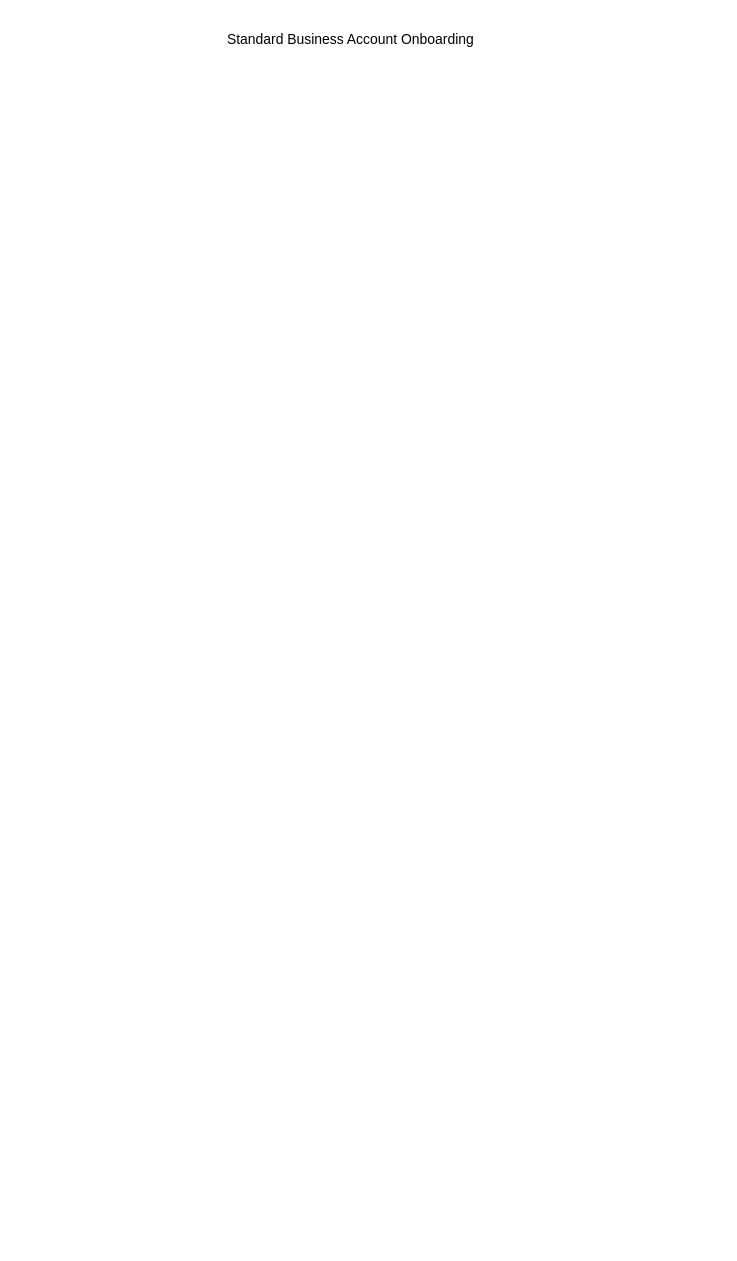
The draw.io diagram page "Page-2" (2 of 2) of flow-charts/paypal-merchant-onboarding.drawio in rajneeshpatel07/payal-payments, before the edit. Source tidied: cells renumbered, new cells numbered last; positions are measured from the earlier drawing's top-left corner, leaving out a move shared by most shapes. Both pictures are drawn from the tidied source at 116%, with x=0, y=0 at pixel (205, 22).
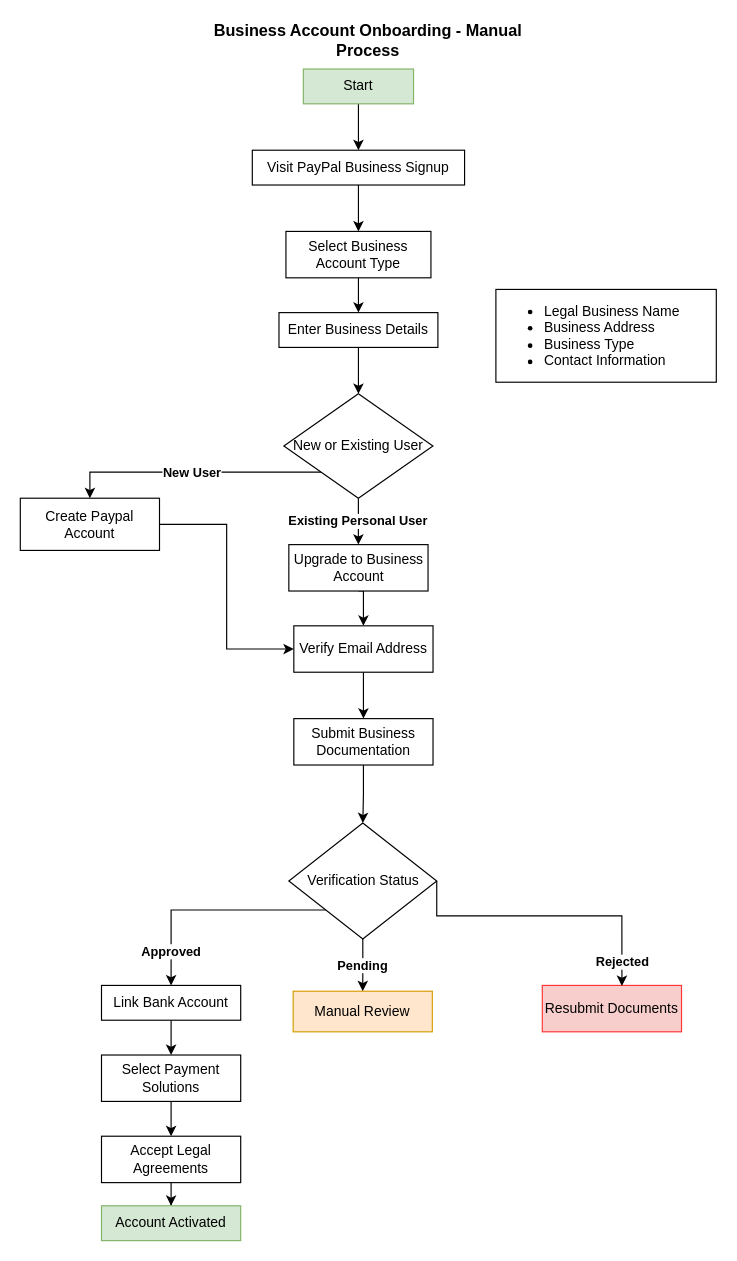
Above is the later version.

What changed in the source:
```diff
@@
-    <mxCell id="2" value="Standard Business Account Onboarding" style="text;html=1;align=center;verticalAlign=middle;whiteSpace=wrap;rounded=0;" parent="1" vertex="1">
-      <mxGeometry width="250" height="30" as="geometry" />
+    <mxCell id="2" value="Business Account Onboarding - Manual Process" style="text;html=1;align=center;verticalAlign=middle;whiteSpace=wrap;rounded=0;fontSize=14;fontStyle=1;" parent="1" vertex="1">
+      <mxGeometry width="280" height="30" as="geometry" />
     </mxCell>
+    <mxCell id="3" style="edgeStyle=orthogonalEdgeStyle;rounded=0;jettySize=auto;html=1;exitX=0.5;exitY=1;exitDx=0;exitDy=0;entryX=0.5;entryY=0;entryDx=0;entryDy=0;" parent="1" edge="1" source="4" target="6">
+      <mxGeometry relative="1" as="geometry" />
+    </mxCell>
+    <mxCell id="4" value="Start" style="rounded=0;whiteSpace=wrap;html=1;fillColor=#d5e8d4;strokeColor=#82b366;" parent="1" vertex="1">
+      <mxGeometry x="84" y="40" width="95" height="30" as="geometry" />
+    </mxCell>
+    <mxCell id="5" style="edgeStyle=orthogonalEdgeStyle;rounded=0;jettySize=auto;html=1;exitX=0.5;exitY=1;exitDx=0;exitDy=0;" parent="1" edge="1" source="6" target="8">
+      <mxGeometry relative="1" as="geometry" />
+    </mxCell>
+    <mxCell id="6" value="Visit PayPal Business Signup" style="rounded=0;whiteSpace=wrap;html=1;" parent="1" vertex="1">
+      <mxGeometry x="40" y="110" width="183" height="30" as="geometry" />
+    </mxCell>
+    <mxCell id="7" style="edgeStyle=orthogonalEdgeStyle;rounded=0;jettySize=auto;html=1;exitX=0.5;exitY=1;exitDx=0;exitDy=0;entryX=0.5;entryY=0;entryDx=0;entryDy=0;" parent="1" edge="1" source="8" target="10">
+      <mxGeometry relative="1" as="geometry" />
+    </mxCell>
+    <mxCell id="8" value="Select Business Account Type" style="rounded=0;whiteSpace=wrap;html=1;" parent="1" vertex="1">
+      <mxGeometry x="69" y="180" width="125" height="40" as="geometry" />
+    </mxCell>
+    <mxCell id="9" style="edgeStyle=orthogonalEdgeStyle;rounded=0;jettySize=auto;html=1;exitX=0.5;exitY=1;exitDx=0;exitDy=0;" parent="1" edge="1" source="10" target="14">
+      <mxGeometry relative="1" as="geometry" />
+    </mxCell>
+    <mxCell id="10" value="Enter Business Details" style="rounded=0;whiteSpace=wrap;html=1;" parent="1" vertex="1">
+      <mxGeometry x="63" y="250" width="137" height="30" as="geometry" />
+    </mxCell>
+    <mxCell id="11" value="&lt;ul&gt;&lt;li&gt;Legal Business Name&lt;/li&gt;&lt;li&gt;&lt;span style=&quot;background-color: transparent; color: light-dark(rgb(0, 0, 0), rgb(255, 255, 255));&quot;&gt;Business Address&lt;/span&gt;&lt;/li&gt;&lt;li&gt;&lt;span style=&quot;background-color: transparent; color: light-dark(rgb(0, 0, 0), rgb(255, 255, 255));&quot;&gt;Business Type&lt;/span&gt;&lt;/li&gt;&lt;li&gt;Contact Information&lt;/li&gt;&lt;/ul&gt;" style="text;html=1;align=left;verticalAlign=middle;whiteSpace=wrap;rounded=0;labelBorderColor=none;strokeColor=default;" parent="1" vertex="1">
+      <mxGeometry x="250" y="230" width="190" height="80" as="geometry" />
+    </mxCell>
+    <mxCell id="12" value="&lt;b&gt;New User&lt;/b&gt;" style="edgeStyle=orthogonalEdgeStyle;rounded=0;jettySize=auto;html=1;exitX=0;exitY=1;exitDx=0;exitDy=0;entryX=0.5;entryY=0;entryDx=0;entryDy=0;" parent="1" edge="1" source="14" target="23">
+      <mxGeometry relative="1" as="geometry" />
+    </mxCell>
+    <mxCell id="13" value="&lt;b&gt;Existing Personal User&lt;/b&gt;" style="edgeStyle=orthogonalEdgeStyle;rounded=0;jettySize=auto;html=1;exitX=0.5;exitY=1;exitDx=0;exitDy=0;" parent="1" edge="1" source="14" target="16">
+      <mxGeometry relative="1" as="geometry" />
+    </mxCell>
+    <mxCell id="14" value="New or Existing User" style="rhombus;whiteSpace=wrap;html=1;" parent="1" vertex="1">
+      <mxGeometry x="67.2" y="320" width="128.5" height="90" as="geometry" />
+    </mxCell>
+    <mxCell id="15" style="edgeStyle=orthogonalEdgeStyle;rounded=0;jettySize=auto;html=1;exitX=0.5;exitY=1;exitDx=0;exitDy=0;entryX=0.5;entryY=0;entryDx=0;entryDy=0;" parent="1" edge="1" source="16" target="19">
+      <mxGeometry relative="1" as="geometry" />
+    </mxCell>
+    <mxCell id="16" value="Upgrade to Business Account" style="rounded=0;whiteSpace=wrap;html=1;" parent="1" vertex="1">
+      <mxGeometry x="71.5" y="450" width="120" height="40" as="geometry" />
+    </mxCell>
+    <mxCell id="17" style="edgeStyle=orthogonalEdgeStyle;rounded=0;orthogonalLoop=1;jettySize=auto;html=1;exitX=0.5;exitY=1;exitDx=0;exitDy=0;" parent="1" edge="1" source="16" target="16">
+      <mxGeometry relative="1" as="geometry" />
+    </mxCell>
+    <mxCell id="18" style="edgeStyle=orthogonalEdgeStyle;rounded=0;jettySize=auto;html=1;" parent="1" edge="1" source="19" target="21">
+      <mxGeometry relative="1" as="geometry" />
+    </mxCell>
+    <mxCell id="19" value="Verify Email Address" style="rounded=0;whiteSpace=wrap;html=1;" parent="1" vertex="1">
+      <mxGeometry x="75.8" y="520" width="120" height="40" as="geometry" />
+    </mxCell>
+    <mxCell id="20" style="edgeStyle=orthogonalEdgeStyle;rounded=0;jettySize=auto;html=1;exitX=0.5;exitY=1;exitDx=0;exitDy=0;" parent="1" edge="1" source="21" target="26">
+      <mxGeometry relative="1" as="geometry" />
+    </mxCell>
+    <mxCell id="21" value="Submit Business Documentation" style="rounded=0;whiteSpace=wrap;html=1;" parent="1" vertex="1">
+      <mxGeometry x="75.8" y="600" width="120" height="40" as="geometry" />
+    </mxCell>
+    <mxCell id="22" style="edgeStyle=orthogonalEdgeStyle;rounded=0;jettySize=auto;html=1;entryX=0;entryY=0.5;entryDx=0;entryDy=0;" parent="1" edge="1" source="23" target="19">
+      <mxGeometry relative="1" as="geometry" />
+    </mxCell>
+    <mxCell id="23" value="Create Paypal Account" style="rounded=0;whiteSpace=wrap;html=1;" parent="1" vertex="1">
+      <mxGeometry x="-160" y="410" width="120" height="45" as="geometry" />
+    </mxCell>
+    <mxCell id="24" value="Approved" style="edgeStyle=orthogonalEdgeStyle;rounded=0;jettySize=auto;html=1;exitX=0;exitY=1;exitDx=0;exitDy=0;fontStyle=1;" parent="1" edge="1" source="26" target="28">
+      <mxGeometry x="0.7" relative="1" as="geometry" />
+    </mxCell>
+    <mxCell id="25" value="&lt;b&gt;Pending&lt;/b&gt;" style="edgeStyle=orthogonalEdgeStyle;rounded=0;jettySize=auto;html=1;exitX=0.5;exitY=1;exitDx=0;exitDy=0;entryX=0.5;entryY=0;entryDx=0;entryDy=0;" parent="1" edge="1" source="26" target="29">
+      <mxGeometry relative="1" as="geometry" />
+    </mxCell>
+    <mxCell id="26" value="Verification Status" style="rhombus;whiteSpace=wrap;html=1;" parent="1" vertex="1">
+      <mxGeometry x="71.5" y="690" width="127.5" height="100" as="geometry" />
+    </mxCell>
+    <mxCell id="27" style="edgeStyle=orthogonalEdgeStyle;rounded=0;jettySize=auto;html=1;exitX=0.5;exitY=1;exitDx=0;exitDy=0;" parent="1" edge="1" source="28" target="32">
+      <mxGeometry relative="1" as="geometry" />
+    </mxCell>
+    <mxCell id="28" value="Link Bank Account" style="rounded=0;whiteSpace=wrap;html=1;" parent="1" vertex="1">
+      <mxGeometry x="-90" y="830" width="120" height="30" as="geometry" />
+    </mxCell>
+    <mxCell id="29" value="Manual Review" style="rounded=0;whiteSpace=wrap;html=1;fillColor=#ffe6cc;strokeColor=#d79b00;" parent="1" vertex="1">
+      <mxGeometry x="75.2" y="835" width="120" height="35" as="geometry" />
+    </mxCell>
+    <mxCell id="30" value="Resubmit Documents" style="rounded=0;whiteSpace=wrap;html=1;fillColor=#f8cecc;strokeColor=#FF3333;" parent="1" vertex="1">
+      <mxGeometry x="290" y="830" width="120" height="40" as="geometry" />
+    </mxCell>
+    <mxCell id="31" style="edgeStyle=orthogonalEdgeStyle;rounded=0;jettySize=auto;html=1;exitX=0.5;exitY=1;exitDx=0;exitDy=0;entryX=0.5;entryY=0;entryDx=0;entryDy=0;" parent="1" edge="1" source="32" target="34">
+      <mxGeometry relative="1" as="geometry" />
+    </mxCell>
+    <mxCell id="32" value="Select Payment Solutions" style="rounded=0;whiteSpace=wrap;html=1;" parent="1" vertex="1">
+      <mxGeometry x="-90" y="890" width="120" height="40" as="geometry" />
+    </mxCell>
+    <mxCell id="33" style="edgeStyle=orthogonalEdgeStyle;rounded=0;jettySize=auto;html=1;exitX=0.5;exitY=1;exitDx=0;exitDy=0;" parent="1" edge="1" source="34" target="35">
+      <mxGeometry relative="1" as="geometry" />
+    </mxCell>
+    <mxCell id="34" value="Accept Legal Agreements" style="rounded=0;whiteSpace=wrap;html=1;" parent="1" vertex="1">
+      <mxGeometry x="-90" y="960" width="120" height="40" as="geometry" />
+    </mxCell>
+    <mxCell id="35" value="Account Activated" style="rounded=0;whiteSpace=wrap;html=1;fillColor=#d5e8d4;strokeColor=#82b366;" parent="1" vertex="1">
+      <mxGeometry x="-90" y="1020" width="120" height="30" as="geometry" />
+    </mxCell>
+    <mxCell id="36" value="&lt;b&gt;Rejected&lt;/b&gt;" style="edgeStyle=orthogonalEdgeStyle;rounded=0;jettySize=auto;html=1;exitX=1;exitY=0.5;exitDx=0;exitDy=0;entryX=0.572;entryY=0.011;entryDx=0;entryDy=0;entryPerimeter=0;" parent="1" edge="1" source="26" target="30">
+      <mxGeometry x="0.84" relative="1" as="geometry">
+        <Array as="points">
+          <mxPoint x="199" y="770" />
+          <mxPoint x="359" y="770" />
+        </Array>
+      </mxGeometry>
+    </mxCell>
```
